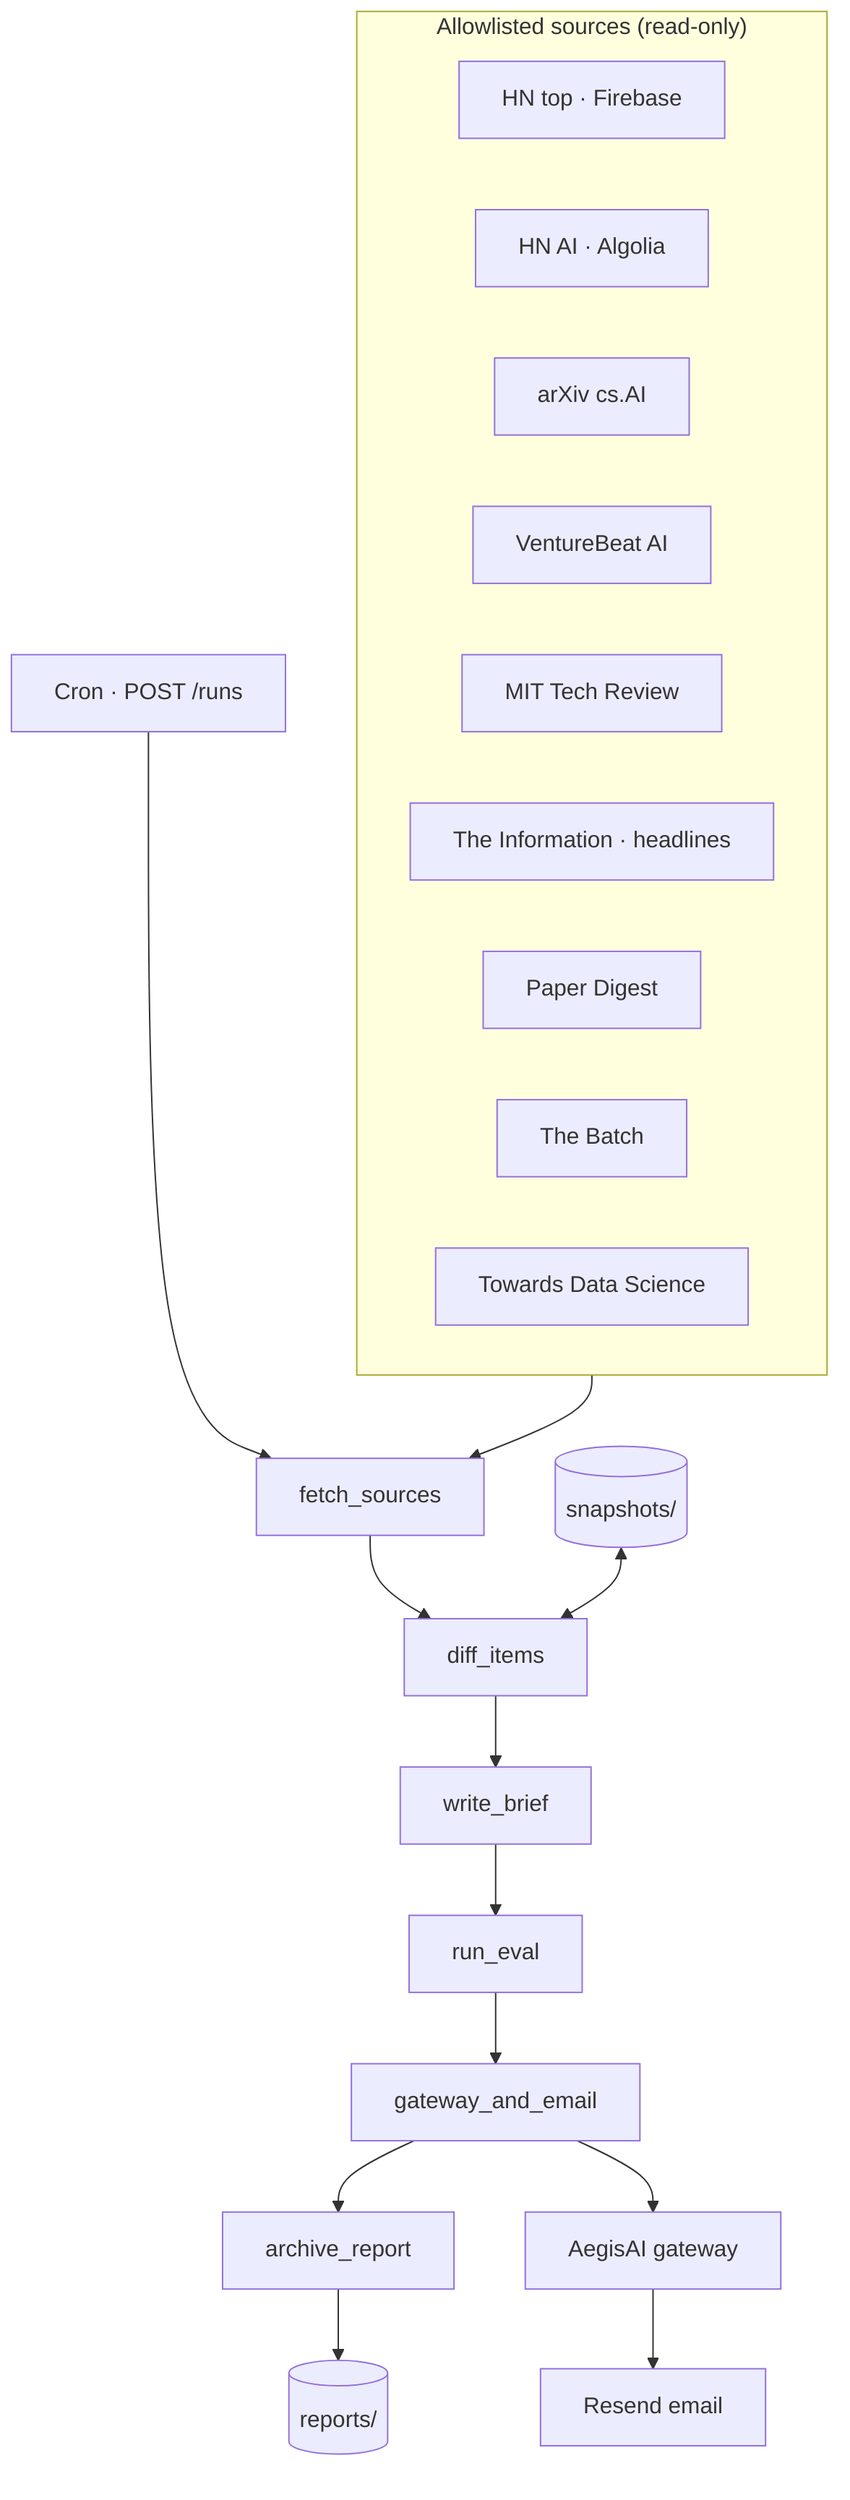
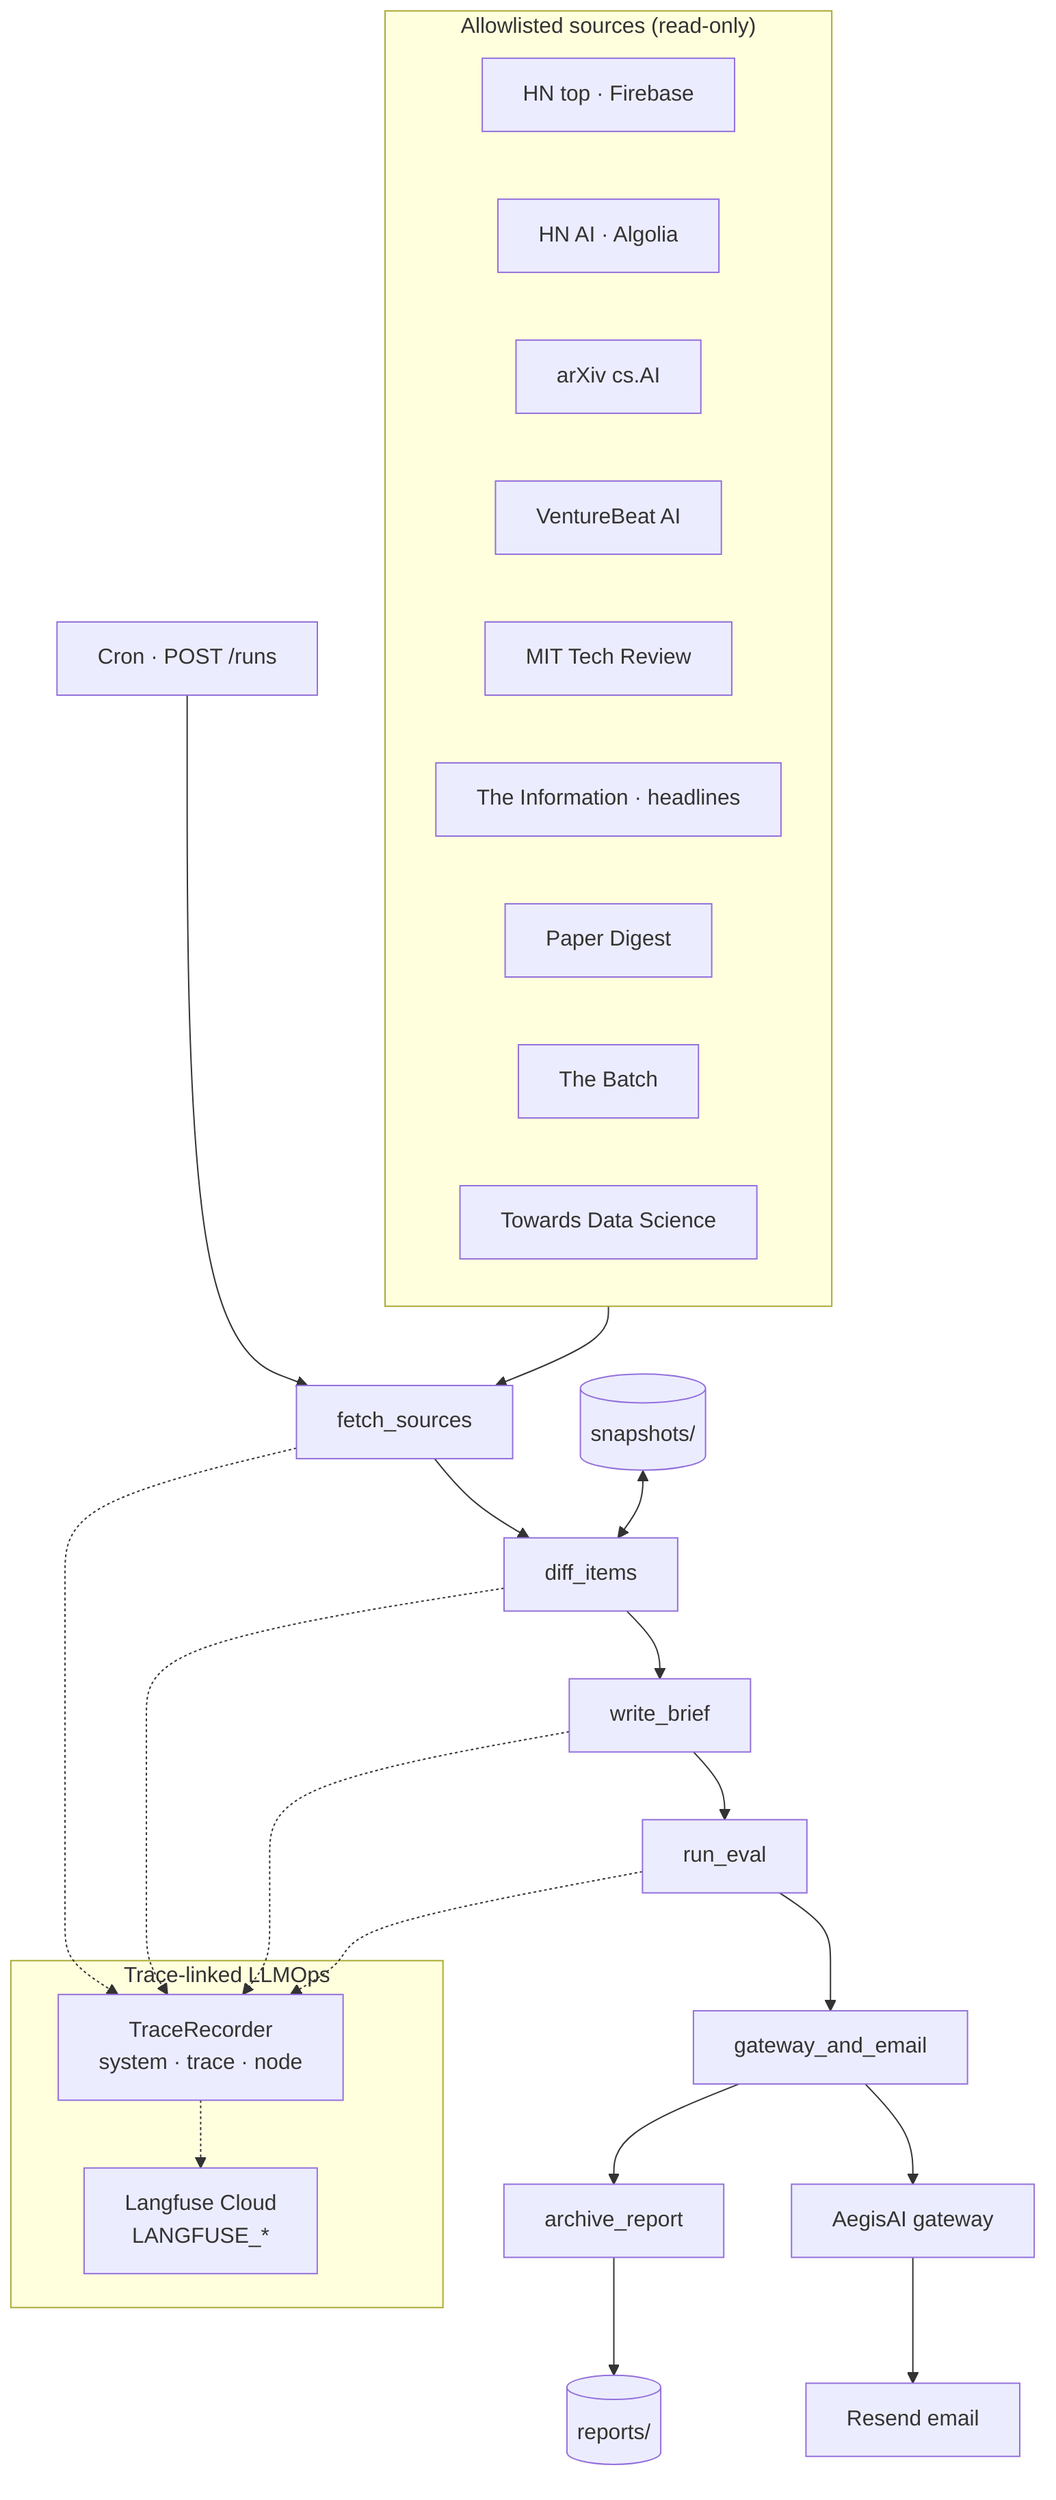
flowchart TB
  CRON["Cron · POST /runs"] --> FETCH[fetch_sources]
  FETCH --> DIFF[diff_items]
  DIFF --> BRIEF[write_brief]
  BRIEF --> EVAL[run_eval]
  EVAL --> GW[gateway_and_email]
  GW --> ARCH[archive_report]

  subgraph sources["Allowlisted sources (read-only)"]
    HN1[HN top · Firebase]
    HN2[HN AI · Algolia]
    ARX[arXiv cs.AI]
    VB[VentureBeat AI]
    MIT[MIT Tech Review]
    INFO[The Information · headlines]
    PD[Paper Digest]
    BATCH[The Batch]
    TDS[Towards Data Science]
  end

+   subgraph obs["Trace-linked LLMOps"]
+     REC["TraceRecorder<br/>system · trace · node"]
+     LF["Langfuse Cloud<br/>LANGFUSE_*"]
+   end
+ 
  sources --> FETCH
  SNAP[(snapshots/)] <--> DIFF
  ARCH --> REP[(reports/)]
  GW --> AEGIS[AegisAI gateway] --> MAIL[Resend email]
+   FETCH & DIFF & BRIEF & EVAL -.-> REC
+   REC -.-> LF
